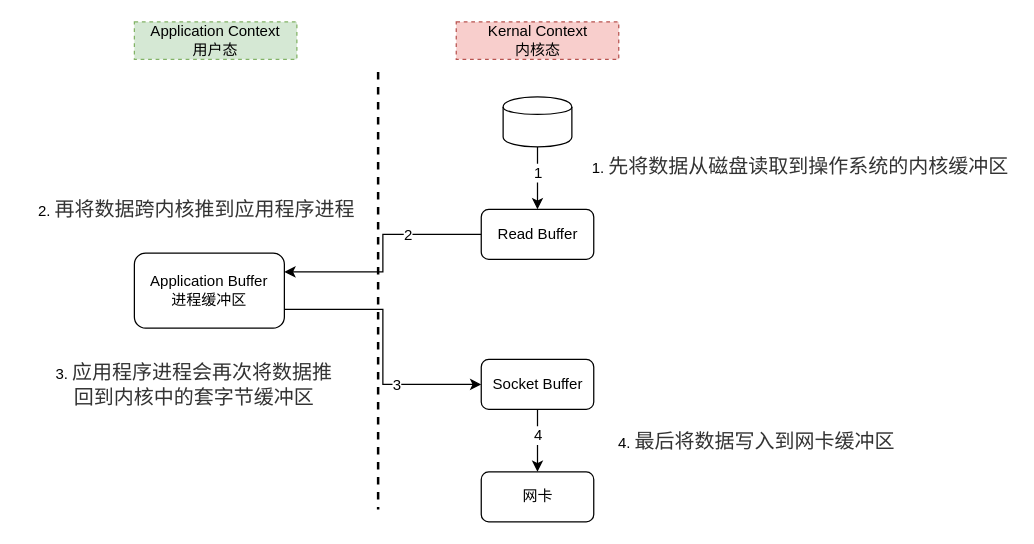
Before: IO/Linux磁盘普通读写（非零拷贝）.drawio in chenshuai1995/a-imgs, a draw.io diagram. Source tidied: cells renumbered, new cells numbered last; positions are measured from the earlier drawing's top-left corner, leaving out a move shared by most shapes. Both pictures are drawn from the tidied source at 125%, with x=0, y=0 at pixel (21, 21).
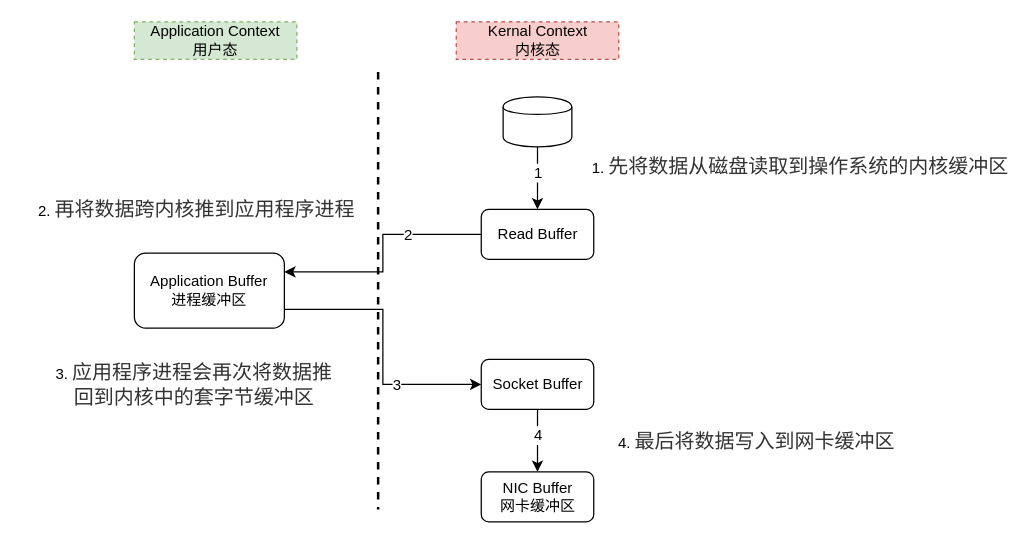
The same page after the edit.

Commit message (it also covers changes not shown here):
更新Linux磁盘普通读写（非零拷贝）.drawio

What changed in the source:
```diff
@@
-    <mxCell id="20" value="网卡" style="rounded=1;whiteSpace=wrap;html=1;" parent="1" vertex="1">
+    <mxCell id="20" value="NIC Buffer&lt;br&gt;网卡缓冲区" style="rounded=1;whiteSpace=wrap;html=1;" parent="1" vertex="1">
       <mxGeometry x="367.5" y="360" width="90" height="40" as="geometry" />
     </mxCell>
```
